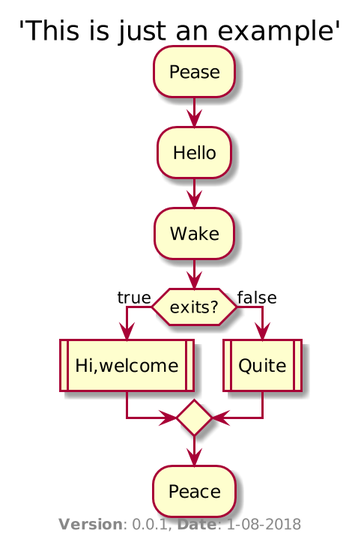
Earlier version of the PlantUML export arch/test1.png (argongold/kotlin-demo). Its diagram source:
```plantuml
@startuml
scale 2.0

title 'This is just an example'

:Pease;
:Hello;
:Wake;
if(exits?) then (true)
:Hi,welcome|
else (false)
:Quite|
endif
:Peace;

center footer **Version**: 0.0.1, **Date**: 1-08-2018

@enduml
```
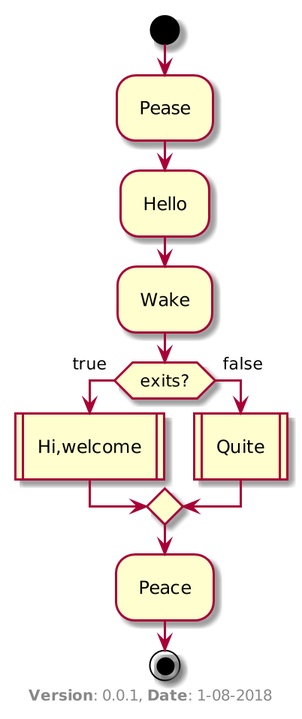
The same file after the commit.

What changed in the source:
```diff
@@ -1,8 +1,8 @@
 @startuml
 scale 2.0
+skinparam Padding 5
 
-title 'This is just an example'
-
+start
 :Pease;
 :Hello;
 :Wake;
@@ -12,6 +12,7 @@
 :Quite|
 endif
 :Peace;
+stop
 
 center footer **Version**: 0.0.1, **Date**: 1-08-2018
 
```
